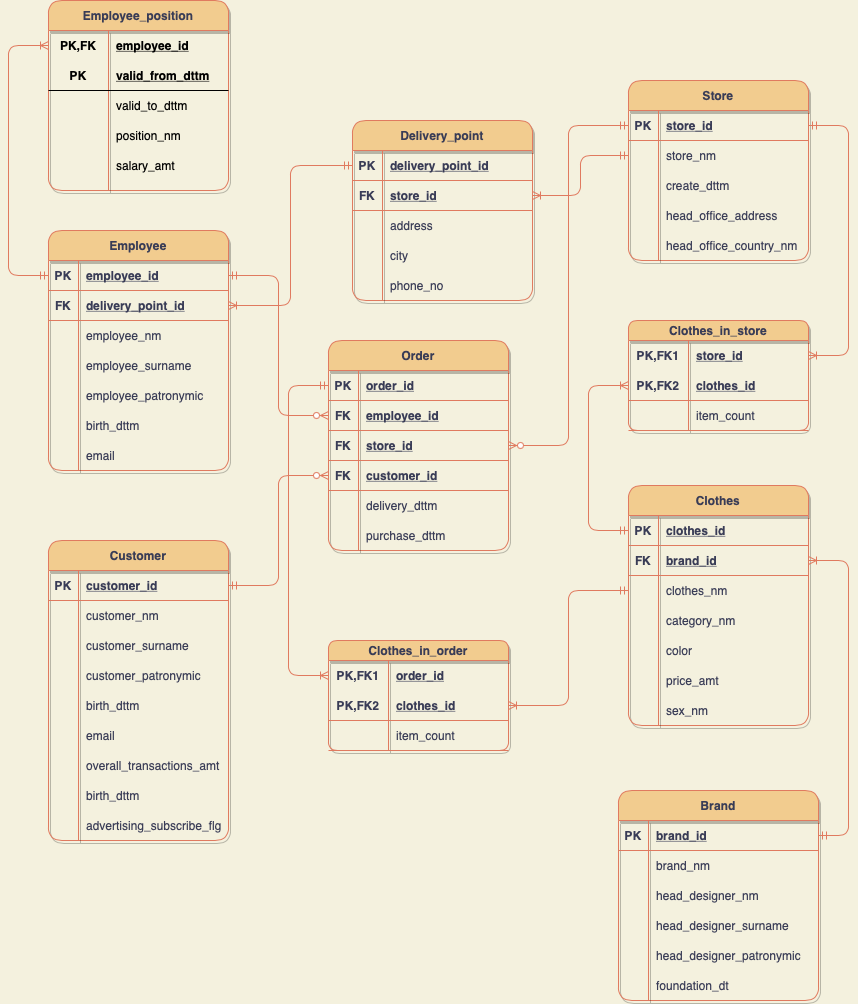
The draw.io diagram images/LogicalModel.png in werticell/DatabaseProject, before a commit. Source tidied: cells renumbered, new cells last; positions are measured from the earlier drawing's top-left corner, leaving out a move shared by most shapes.
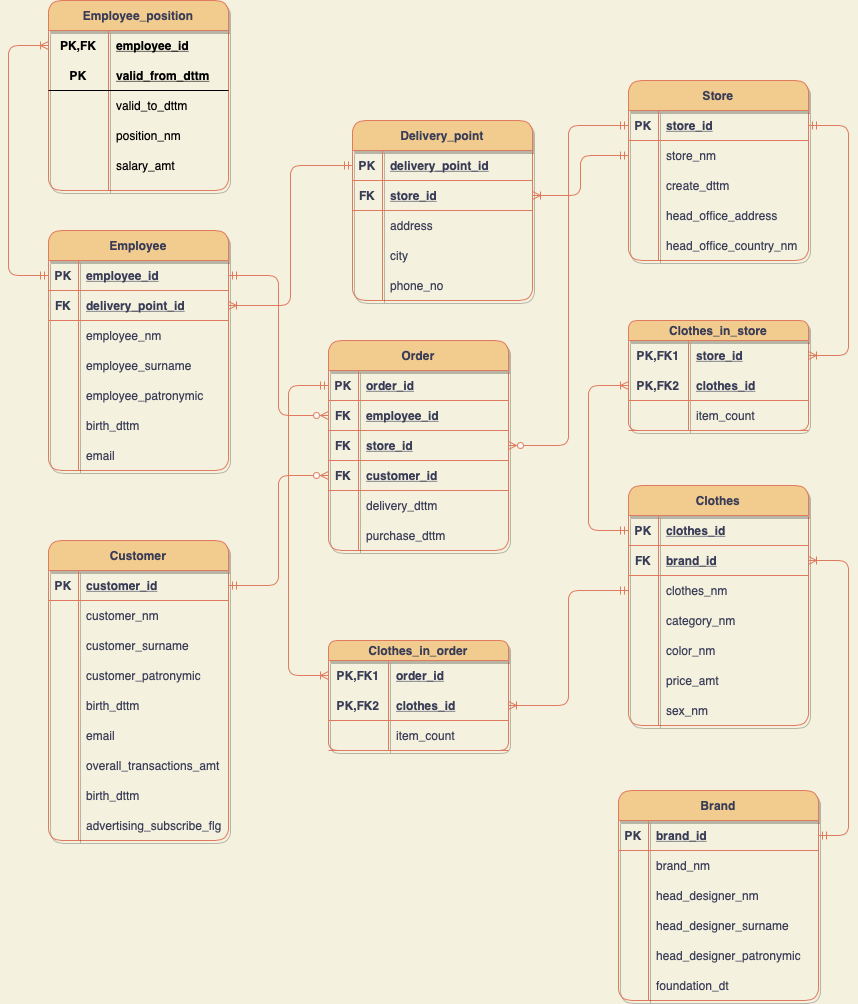
After the commit.

The edit, as a diff of the source:
```diff
@@ -350,7 +350,7 @@
     <mxCell id="117" style="shape=partialRectangle;fillColor=none;top=0;left=0;bottom=0;right=0;overflow=hidden;strokeColor=#E07A5F;fontColor=#393C56;rounded=1;" parent="116" vertex="1">
       <mxGeometry width="30" height="30" as="geometry" />
     </mxCell>
-    <mxCell id="118" value="color" style="shape=partialRectangle;fillColor=none;top=0;left=0;bottom=0;right=0;align=left;spacingLeft=6;overflow=hidden;strokeColor=#E07A5F;fontColor=#393C56;rounded=1;" parent="116" vertex="1">
+    <mxCell id="118" value="color_nm" style="shape=partialRectangle;fillColor=none;top=0;left=0;bottom=0;right=0;align=left;spacingLeft=6;overflow=hidden;strokeColor=#E07A5F;fontColor=#393C56;rounded=1;" parent="116" vertex="1">
       <mxGeometry x="30" width="150" height="30" as="geometry" />
     </mxCell>
     <mxCell id="119" style="shape=partialRectangle;fillColor=none;top=0;left=0;bottom=0;right=0;strokeColor=#E07A5F;fontColor=#393C56;rounded=1;" parent="103" vertex="1">
```
